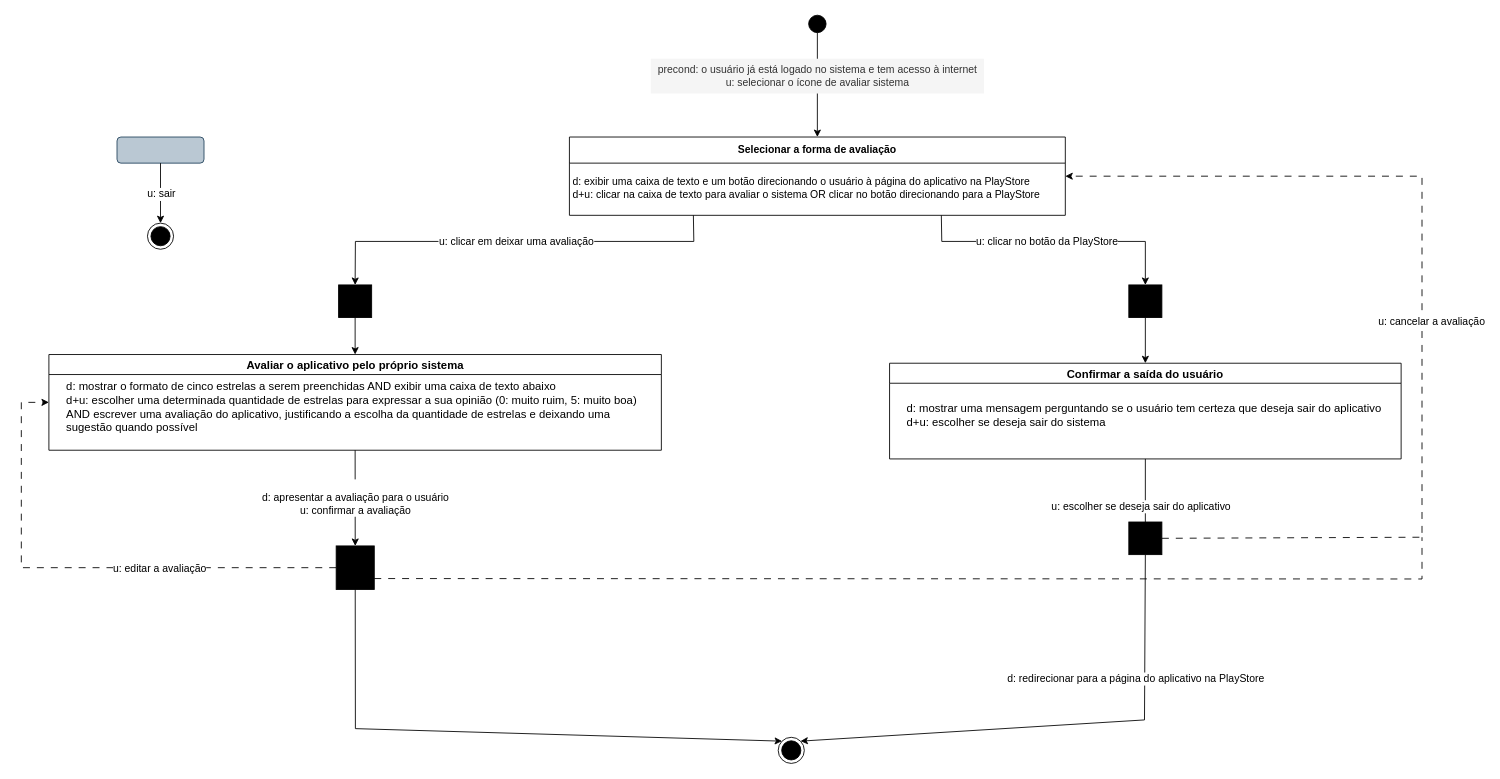
Before: tp ihc - modelagem de interação feedback do sistema.drawio in manuelamfo/TP-IHC-2024-2, a draw.io diagram. Source tidied: cells renumbered, new cells numbered last; positions are measured from the earlier drawing's top-left corner, leaving out a move shared by most shapes. Both pictures are drawn from the tidied source at 87%, with x=0, y=0 at pixel (21, 15).
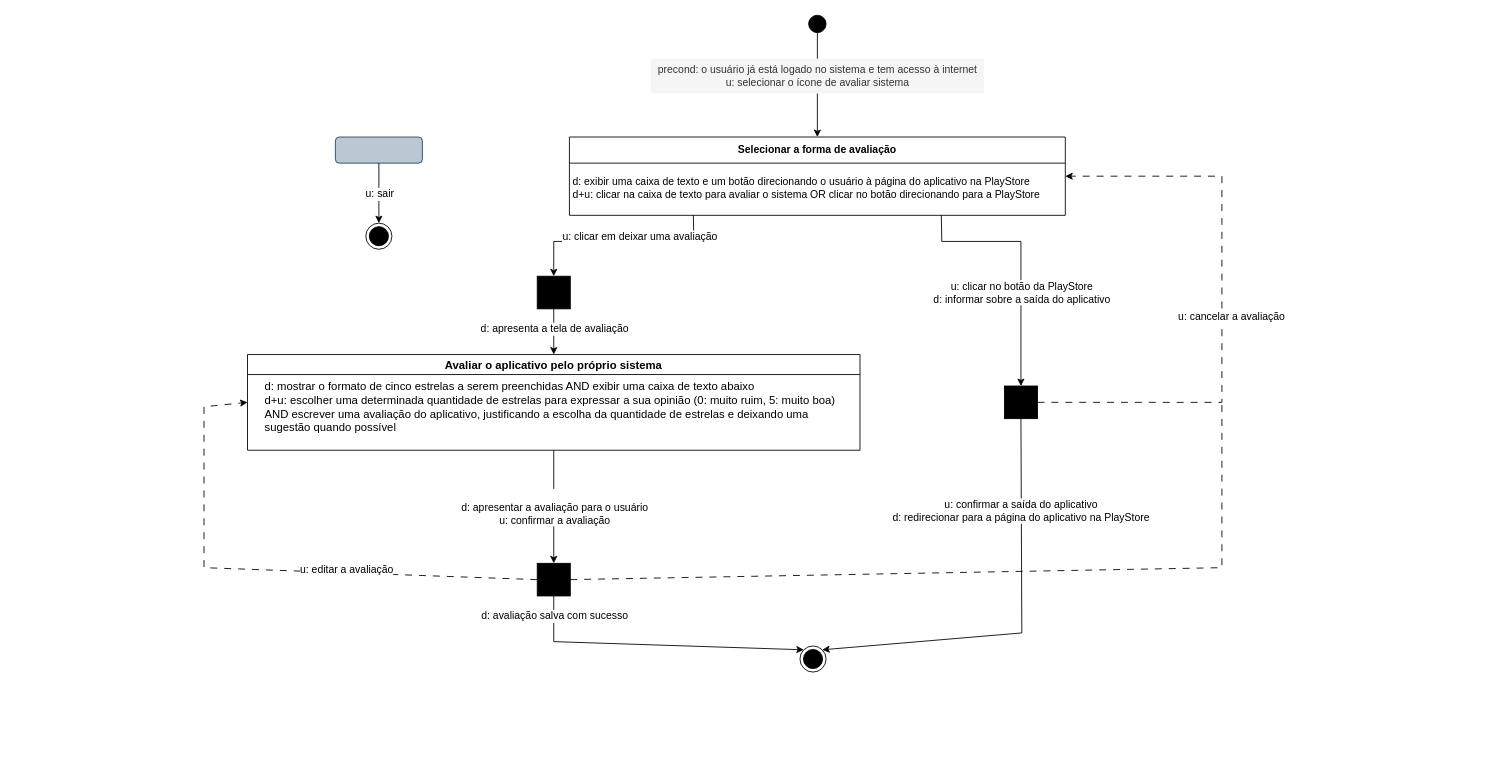
The same diagram, later.

Unchanged cells that the change refers to:
```xml
<mxCell id="15" value="Selecionar a forma de avaliação" style="swimlane;whiteSpace=wrap;html=1;startSize=30;" parent="1" vertex="1">
  <mxGeometry x="630" y="140" width="570" height="90" as="geometry" />
</mxCell>
```

The edit, as a diff of the source:
```diff
@@
     <mxCell id="2" value="&lt;span style=&quot;font-size: 13px;&quot;&gt;Avaliar o aplicativo pelo próprio sistema&lt;/span&gt;" style="swimlane;whiteSpace=wrap;html=1;" parent="1" vertex="1">
-      <mxGeometry x="31.7" y="390" width="704" height="110" as="geometry" />
+      <mxGeometry x="260" y="390" width="704" height="110" as="geometry" />
     </mxCell>
@@
-    <mxCell id="5" style="whiteSpace=wrap;html=1;fontStyle=1;startSize=23;fillColor=#000000;direction=south;" parent="1" vertex="1">
-      <mxGeometry x="361.9" y="610" width="43.8" height="50" as="geometry" />
-    </mxCell>
-    <mxCell id="6" style="endArrow=classic;html=1;rounded=0;exitX=0.5;exitY=1;exitDx=0;exitDy=0;entryX=0;entryY=0.5;entryDx=0;entryDy=0;" parent="1" edge="1" source="2" target="5">
+    <mxCell id="6" style="endArrow=classic;html=1;rounded=0;exitX=0.5;exitY=1;exitDx=0;exitDy=0;entryX=0.5;entryY=0;entryDx=0;entryDy=0;" parent="1" edge="1" source="2" target="38">
       <mxGeometry relative="1" as="geometry" />
     </mxCell>
@@
     <mxCell id="8" style="ellipse;html=1;shape=endState;fillColor=#000000;strokeColor=#000000;" parent="1" vertex="1">
-      <mxGeometry x="870" y="830" width="30" height="30" as="geometry" />
+      <mxGeometry x="895" y="725" width="30" height="30" as="geometry" />
     </mxCell>
-    <mxCell id="9" style="endArrow=classic;html=1;rounded=0;exitX=1;exitY=0.5;exitDx=0;exitDy=0;entryX=0;entryY=0;entryDx=0;entryDy=0;" parent="1" edge="1" source="5" target="8">
+    <mxCell id="9" style="endArrow=classic;html=1;rounded=0;exitX=0.5;exitY=0.8;exitDx=0;exitDy=0;entryX=0;entryY=0;entryDx=0;entryDy=0;exitPerimeter=0;" parent="1" edge="1" source="38" target="8">
       <mxGeometry relative="1" as="geometry">
         <Array as="points">
-          <mxPoint x="384" y="820" />
+          <mxPoint x="612" y="720" />
         </Array>
       </mxGeometry>
     </mxCell>
     <mxCell id="10" style="rounded=1;whiteSpace=wrap;html=1;fillColor=#bac8d3;strokeColor=#23445d;" parent="1" vertex="1">
-      <mxGeometry x="110" y="140" width="100" height="30" as="geometry" />
+      <mxGeometry x="361" y="140" width="100" height="30" as="geometry" />
     </mxCell>
@@
     <mxCell id="13" style="ellipse;html=1;shape=endState;fillColor=#000000;strokeColor=#000000;" parent="1" vertex="1">
-      <mxGeometry x="145" y="239" width="30" height="30" as="geometry" />
+      <mxGeometry x="396" y="239" width="30" height="30" as="geometry" />
     </mxCell>
@@
     <mxCell id="18" style="endArrow=classic;html=1;rounded=0;entryX=0.5;entryY=0;entryDx=0;entryDy=0;exitX=0.25;exitY=1;exitDx=0;exitDy=0;" parent="1" edge="1" source="15" target="20">
       <mxGeometry relative="1" as="geometry">
         <Array as="points">
           <mxPoint x="773" y="260" />
-          <mxPoint x="384" y="260" />
+          <mxPoint x="612" y="260" />
         </Array>
       </mxGeometry>
     </mxCell>
     <mxCell id="19" value="u: clicar em deixar uma avaliação" style="edgeLabel;html=1;align=center;verticalAlign=middle;fontSize=12;" parent="18" vertex="1">
-      <mxGeometry relative="1" as="geometry" />
+      <mxGeometry relative="1" as="geometry">
+        <mxPoint x="23" y="-6" as="offset" />
+      </mxGeometry>
     </mxCell>
     <mxCell id="20" style="whiteSpace=wrap;html=1;fontStyle=1;startSize=23;fillColor=#000000;" parent="1" vertex="1">
-      <mxGeometry x="364.7" y="310" width="38" height="37.5" as="geometry" />
+      <mxGeometry x="593" y="300" width="38" height="37.5" as="geometry" />
     </mxCell>
@@
-    <mxCell id="22" style="endArrow=classic;html=1;rounded=0;dashed=1;dashPattern=8 8;exitX=1;exitY=0.5;exitDx=0;exitDy=0;entryX=1;entryY=0.5;entryDx=0;entryDy=0;" parent="1" edge="1" source="35" target="15">
+    <mxCell id="22" style="endArrow=classic;html=1;rounded=0;dashed=1;dashPattern=8 8;exitX=1;exitY=0.5;exitDx=0;exitDy=0;entryX=1;entryY=0.5;entryDx=0;entryDy=0;" parent="1" edge="1" source="29" target="15">
       <mxGeometry relative="1" as="geometry">
         <Array as="points">
-          <mxPoint x="1610" y="600" />
-          <mxPoint x="1610" y="185" />
+          <mxPoint x="1380" y="445" />
+          <mxPoint x="1380" y="185" />
         </Array>
       </mxGeometry>
     </mxCell>
@@
-    <mxCell id="24" style="endArrow=classic;html=1;rounded=0;dashed=1;dashPattern=8 8;entryX=0;entryY=0.5;entryDx=0;entryDy=0;exitX=0.5;exitY=1;exitDx=0;exitDy=0;" parent="1" edge="1" source="5" target="2">
+    <mxCell id="24" style="endArrow=classic;html=1;rounded=0;dashed=1;dashPattern=8 8;entryX=0;entryY=0.5;entryDx=0;entryDy=0;exitX=0;exitY=0.5;exitDx=0;exitDy=0;" parent="1" edge="1" source="38" target="2">
       <mxGeometry relative="1" as="geometry">
         <Array as="points">
-          <mxPoint y="635" />
-          <mxPoint y="445" />
+          <mxPoint x="210" y="635" />
+          <mxPoint x="210" y="450" />
         </Array>
       </mxGeometry>
     </mxCell>
@@
-    <mxCell id="26" style="endArrow=none;html=1;rounded=0;dashed=1;dashPattern=8 8;exitX=0.75;exitY=0;exitDx=0;exitDy=0;" parent="1" edge="1" source="5">
+    <mxCell id="26" style="endArrow=none;html=1;rounded=0;dashed=1;dashPattern=8 8;exitX=1;exitY=0.5;exitDx=0;exitDy=0;" parent="1" edge="1" source="38">
       <mxGeometry relative="1" as="geometry">
-        <mxPoint x="1610" y="600" as="targetPoint" />
+        <mxPoint x="1380" y="440" as="targetPoint" />
         <Array as="points">
-          <mxPoint x="1610" y="648" />
+          <mxPoint x="1380" y="635" />
         </Array>
       </mxGeometry>
     </mxCell>
     <mxCell id="27" style="endArrow=classic;html=1;rounded=0;entryX=0.5;entryY=0;entryDx=0;entryDy=0;exitX=0.75;exitY=1;exitDx=0;exitDy=0;" parent="1" edge="1" source="15" target="29">
       <mxGeometry relative="1" as="geometry">
         <Array as="points">
           <mxPoint x="1058" y="260" />
-          <mxPoint x="1292" y="260" />
+          <mxPoint x="1149" y="260" />
         </Array>
       </mxGeometry>
     </mxCell>
-    <mxCell id="28" value="u: clicar no botão da PlayStore" style="edgeLabel;html=1;align=center;verticalAlign=middle;fontSize=12;" parent="27" vertex="1">
+    <mxCell id="28" value="u: clicar no botão da PlayStore&lt;div&gt;d: informar sobre a saída do aplicativo&lt;/div&gt;" style="edgeLabel;html=1;align=center;verticalAlign=middle;fontSize=12;" parent="27" vertex="1">
       <mxGeometry relative="1" as="geometry">
-        <mxPoint x="-6" as="offset" />
+        <mxPoint y="36" as="offset" />
       </mxGeometry>
     </mxCell>
     <mxCell id="29" style="whiteSpace=wrap;html=1;fontStyle=1;startSize=23;fillColor=#000000;" parent="1" vertex="1">
-      <mxGeometry x="1273" y="310" width="38" height="37.5" as="geometry" />
+      <mxGeometry x="1130" y="426.2" width="38" height="37.5" as="geometry" />
     </mxCell>
-    <mxCell id="30" value="&lt;span style=&quot;font-size: 13px;&quot;&gt;Confirmar a saída do usuário&lt;/span&gt;" style="swimlane;whiteSpace=wrap;html=1;" parent="1" vertex="1">
-      <mxGeometry x="998" y="400" width="588" height="110" as="geometry" />
-    </mxCell>
-    <mxCell id="31" value="&lt;div&gt;&lt;font style=&quot;font-size: 13px;&quot;&gt;d: mostrar uma mensagem perguntando se o usuário tem certeza que deseja sair do aplicativo&lt;/font&gt;&lt;/div&gt;&lt;font style=&quot;font-size: 13px;&quot;&gt;d+u: escolher se deseja sair do sistema&lt;/font&gt;" style="text;html=1;align=left;verticalAlign=middle;strokeColor=none;fillColor=none;rotation=0;" parent="30" vertex="1">
-      <mxGeometry x="18" y="40" width="570" height="40" as="geometry" />
-    </mxCell>
-    <mxCell id="32" style="endArrow=classic;html=1;rounded=0;exitX=0.5;exitY=1;exitDx=0;exitDy=0;entryX=0.5;entryY=0;entryDx=0;entryDy=0;" parent="1" edge="1" source="30" target="35">
-      <mxGeometry relative="1" as="geometry">
-        <Array as="points">
-          <mxPoint x="1292" y="600" />
-        </Array>
-      </mxGeometry>
-    </mxCell>
-    <mxCell id="33" value="u: escolher se deseja sair do aplicativo" style="edgeLabel;html=1;align=center;verticalAlign=middle;fontSize=12;" parent="32" vertex="1">
-      <mxGeometry relative="1" as="geometry">
-        <mxPoint x="-6" as="offset" />
-      </mxGeometry>
-    </mxCell>
-    <mxCell id="34" style="endArrow=classic;html=1;rounded=0;exitX=0.5;exitY=1;exitDx=0;exitDy=0;entryX=0.5;entryY=0;entryDx=0;entryDy=0;" parent="1" edge="1" source="29" target="30">
-      <mxGeometry relative="1" as="geometry" />
-    </mxCell>
-    <mxCell id="35" style="whiteSpace=wrap;html=1;fontStyle=1;startSize=23;fillColor=#000000;" parent="1" vertex="1">
-      <mxGeometry x="1273" y="582.5" width="38" height="37.5" as="geometry" />
-    </mxCell>
-    <mxCell id="36" style="endArrow=classic;html=1;rounded=0;exitX=0.5;exitY=1;exitDx=0;exitDy=0;entryX=1;entryY=0;entryDx=0;entryDy=0;" parent="1" edge="1" source="35" target="8">
+    <mxCell id="36" style="endArrow=classic;html=1;rounded=0;exitX=0.5;exitY=1;exitDx=0;exitDy=0;entryX=1;entryY=0;entryDx=0;entryDy=0;" parent="1" edge="1" source="29" target="8">
       <mxGeometry relative="1" as="geometry">
         <Array as="points">
-          <mxPoint x="1291" y="810" />
+          <mxPoint x="1150" y="710" />
         </Array>
       </mxGeometry>
     </mxCell>
-    <mxCell id="37" value="d: redirecionar para a página do aplicativo na PlayStore" style="edgeLabel;html=1;align=center;verticalAlign=middle;fontSize=12;" parent="36" vertex="1">
+    <mxCell id="37" value="&lt;div&gt;u: confirmar a saída do aplicativo&lt;/div&gt;d: redirecionar para a página do aplicativo na PlayStore" style="edgeLabel;html=1;align=center;verticalAlign=middle;fontSize=12;" parent="36" vertex="1">
       <mxGeometry relative="1" as="geometry">
-        <mxPoint x="92" y="-54" as="offset" />
+        <mxPoint x="-1" y="-132" as="offset" />
       </mxGeometry>
     </mxCell>
+    <mxCell id="38" style="whiteSpace=wrap;html=1;fontStyle=1;startSize=23;fillColor=#000000;" parent="1" vertex="1">
+      <mxGeometry x="593" y="630" width="38" height="37.5" as="geometry" />
+    </mxCell>
+    <mxCell id="39" value="d: apresenta a tela de avaliação" style="edgeLabel;html=1;align=center;verticalAlign=middle;fontSize=12;" parent="1" vertex="1">
+      <mxGeometry x="612" y="360" as="geometry" />
+    </mxCell>
+    <mxCell id="40" value="d: avaliação salva com sucesso" style="edgeLabel;html=1;align=center;verticalAlign=middle;fontSize=12;" parent="1" vertex="1">
+      <mxGeometry x="612" y="690" as="geometry" />
+    </mxCell>
```
